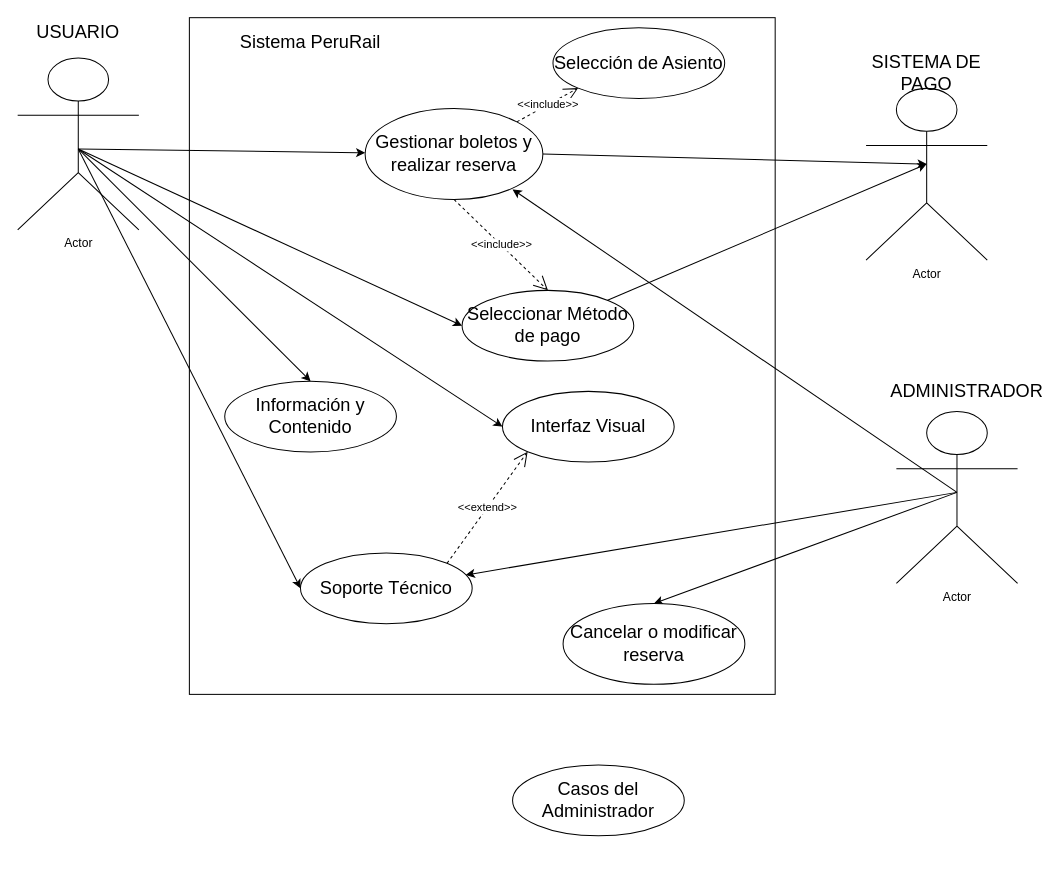
davidev-m/peruRail keeps this draw.io diagram as Diagrama_de_usos.drawio. Above is the earlier version. Source tidied: cells renumbered, new cells numbered last; positions are measured from the earlier drawing's top-left corner, leaving out a move shared by most shapes. Both pictures are drawn from the tidied source at 101%, with x=0, y=0 at pixel (17, 17).
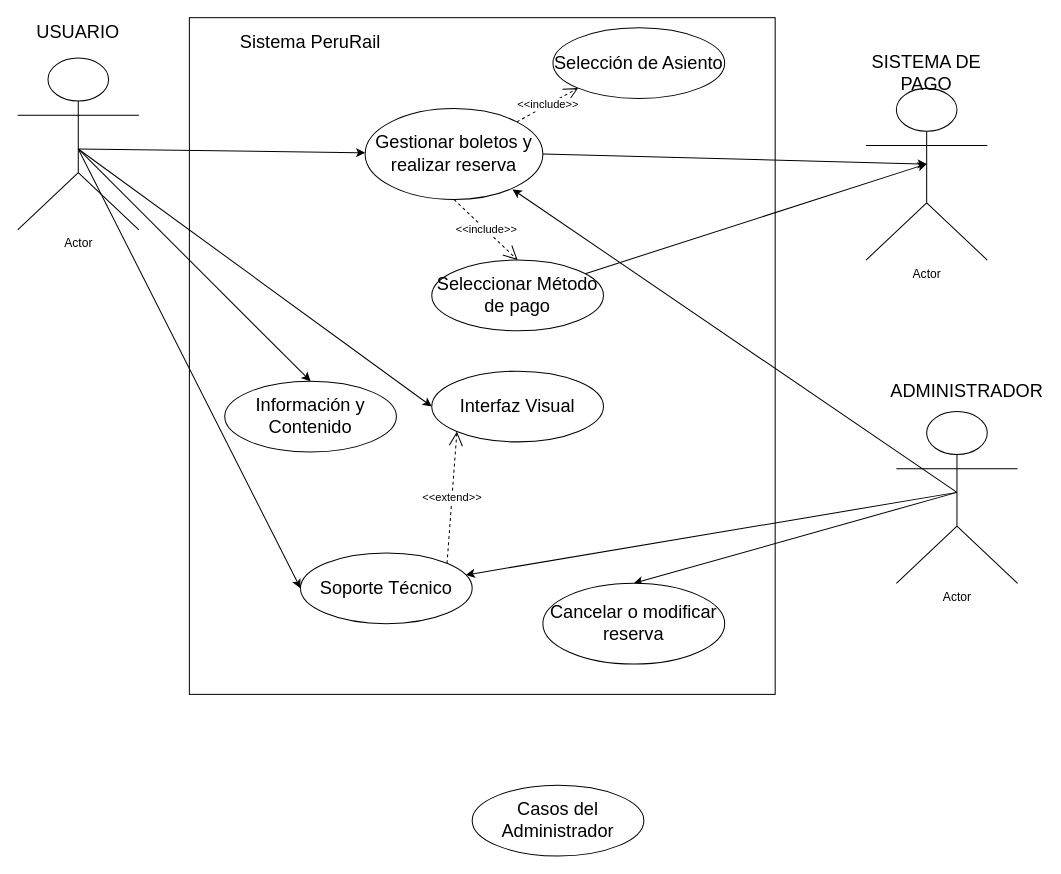
The same page after the edit.

The edit, as a diff of the source:
```diff
@@
     <mxCell id="4" value="&lt;font style=&quot;font-size: 18px;&quot;&gt;Seleccionar Método de pago&lt;/font&gt;" style="ellipse;whiteSpace=wrap;html=1;" parent="1" vertex="1">
-      <mxGeometry x="440" y="270" width="170" height="70" as="geometry" />
+      <mxGeometry x="410" y="240" width="170" height="70" as="geometry" />
     </mxCell>
@@
     <mxCell id="8" value="&lt;font style=&quot;font-size: 18px;&quot;&gt;Interfaz Visual&lt;/font&gt;" style="ellipse;whiteSpace=wrap;html=1;" parent="1" vertex="1">
-      <mxGeometry x="480" y="370" width="170" height="70" as="geometry" />
+      <mxGeometry x="410" y="350" width="170" height="70" as="geometry" />
     </mxCell>
     <mxCell id="9" value="&lt;font style=&quot;font-size: 18px;&quot;&gt;Casos del Administrador&lt;/font&gt;" style="ellipse;whiteSpace=wrap;html=1;" parent="1" vertex="1">
-      <mxGeometry x="490" y="740" width="170" height="70" as="geometry" />
+      <mxGeometry x="450" y="760" width="170" height="70" as="geometry" />
     </mxCell>
@@
-    <mxCell id="18" style="endArrow=classic;html=1;rounded=0;entryX=0;entryY=0.5;entryDx=0;entryDy=0;" parent="1" edge="1" target="4">
-      <mxGeometry relative="1" as="geometry">
-        <mxPoint x="60" y="130" as="sourcePoint" />
-      </mxGeometry>
-    </mxCell>
@@
     <mxCell id="29" value="&lt;font style=&quot;font-size: 18px;&quot;&gt;Cancelar o modificar reserva&lt;/font&gt;" style="ellipse;whiteSpace=wrap;html=1;" parent="1" vertex="1">
-      <mxGeometry x="540" y="580" width="180" height="80" as="geometry" />
+      <mxGeometry x="520" y="560" width="180" height="80" as="geometry" />
     </mxCell>
```
